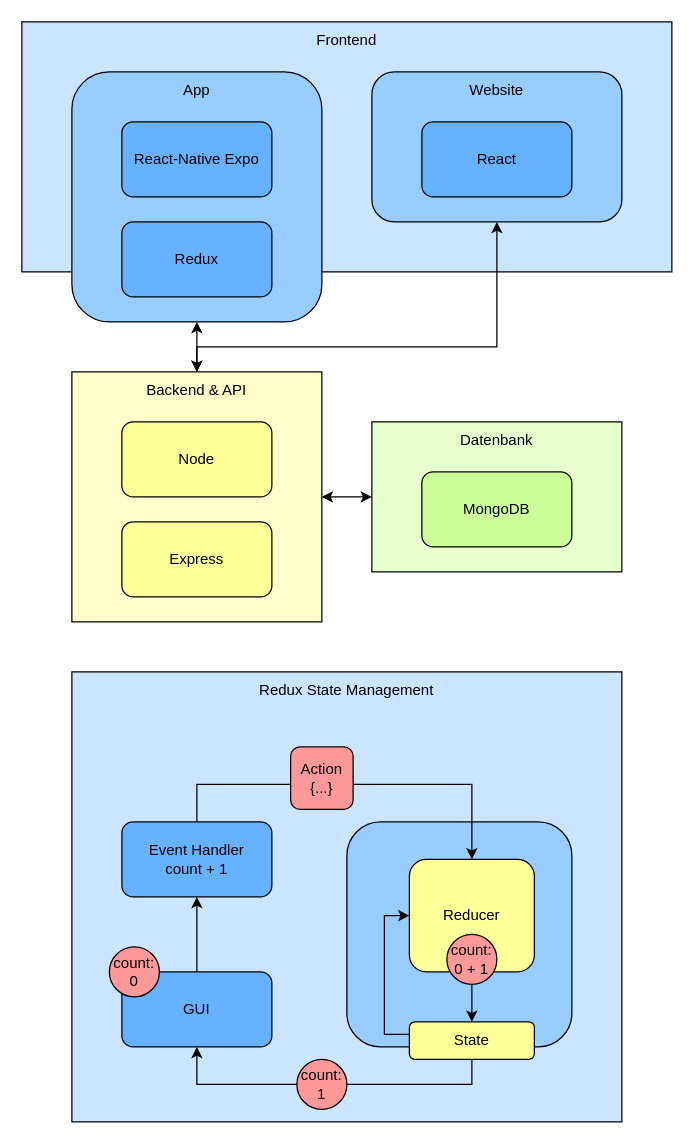
Earlier version of the draw.io diagram resources/softwarearchitektur.drawio (SimonFurtm/hiketours). Source tidied: cells renumbered, new cells numbered last; positions are measured from the earlier drawing's top-left corner, leaving out a move shared by most shapes. Both pictures are drawn from the tidied source at 125%, with x=0, y=0 at pixel (21, 21).
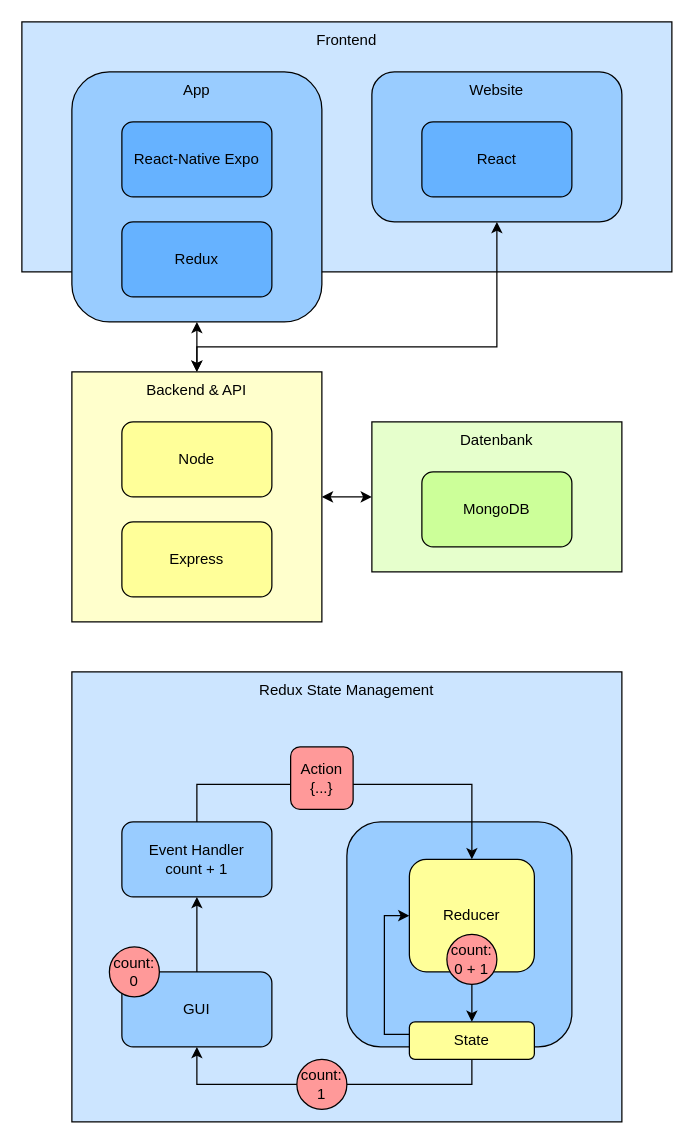
Above is the later version.

The edit, as a diff of the source:
```diff
@@
-    <mxCell id="22" value="Event Handler&lt;br&gt;count + 1" style="rounded=1;whiteSpace=wrap;html=1;strokeColor=#000000;fillColor=#66B2FF;" parent="1" vertex="1">
+    <mxCell id="22" value="Event Handler&lt;br&gt;count + 1" style="rounded=1;whiteSpace=wrap;html=1;strokeColor=#000000;fillColor=#99CCFF;" parent="1" vertex="1">
       <mxGeometry x="80" y="640" width="120" height="60" as="geometry" />
     </mxCell>
@@
-    <mxCell id="24" value="GUI" style="rounded=1;whiteSpace=wrap;html=1;strokeColor=#000000;fillColor=#66B2FF;" parent="1" vertex="1">
+    <mxCell id="24" value="GUI" style="rounded=1;whiteSpace=wrap;html=1;strokeColor=#000000;fillColor=#99CCFF;" parent="1" vertex="1">
       <mxGeometry x="80" y="760" width="120" height="60" as="geometry" />
     </mxCell>
```
